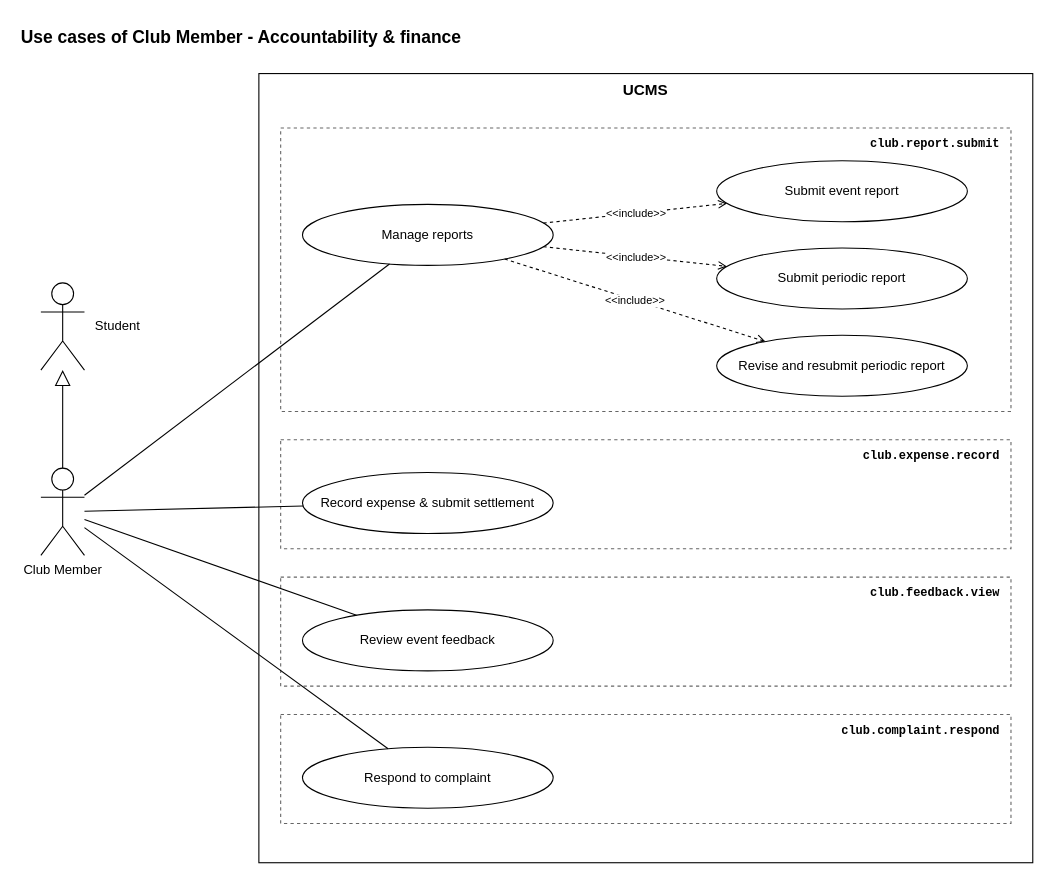
nvdekay/ClubManagementSystem keeps this draw.io diagram as page "Club Leader - Accountability & finance" (7 of 10) of docs/03-diagrams/UCMS_UseCase_ByActor.drawio. Above is the earlier version. Source tidied: cells renumbered, new cells numbered last; positions are measured from the earlier drawing's top-left corner, leaving out a move shared by most shapes. Both pictures are drawn from the tidied source at 109%, with x=0, y=0 at pixel (19, 19).
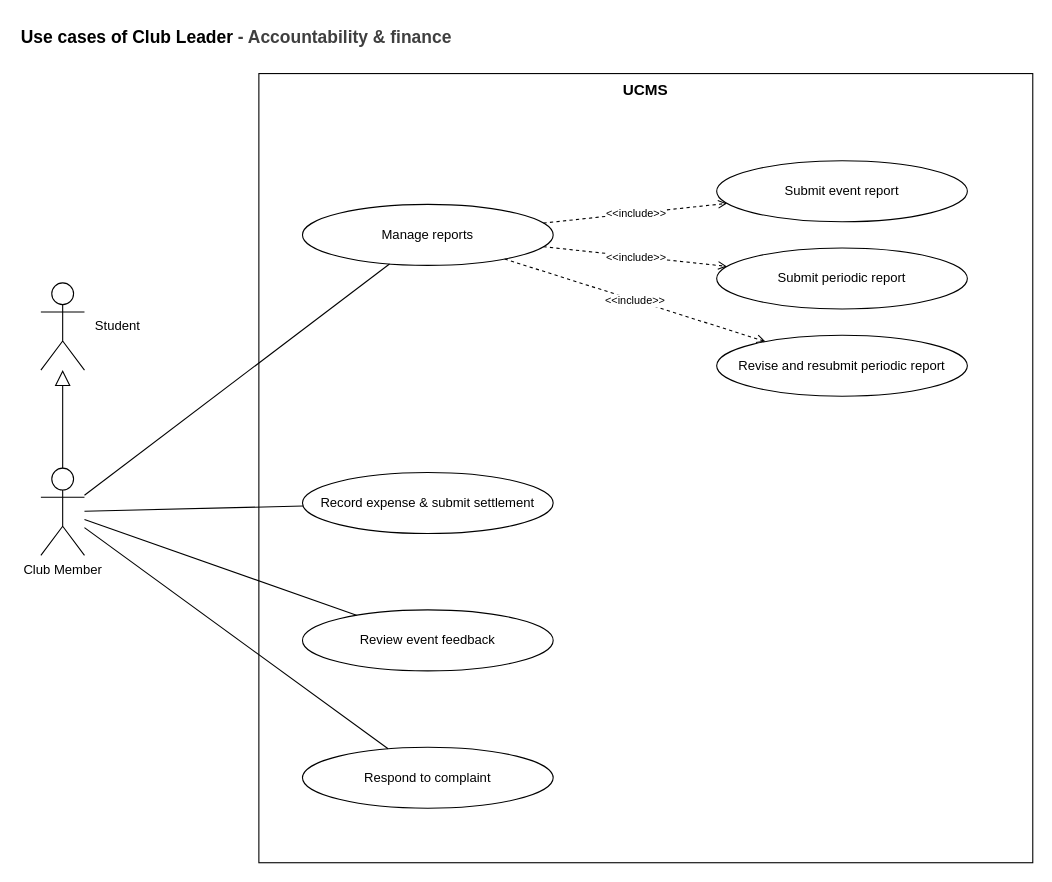
After the change.

Diff of the diagram source:
```diff
@@
-    <mxCell id="2" value="Use cases of Club Member - Accountability &amp; finance" style="text;html=1;fontStyle=1;fontSize=16;align=left;" parent="1" vertex="1">
+    <mxCell id="2" value="Use cases of Club Leader&amp;nbsp;&lt;span style=&quot;color: rgb(63, 63, 63); background-color: transparent;&quot;&gt;- Accountability &amp;amp; finance&lt;/span&gt;" style="text;html=1;fontStyle=1;fontSize=16;align=left;" parent="1" vertex="1">
       <mxGeometry width="900" height="30" as="geometry" />
     </mxCell>
@@
-    <mxCell id="7" value="club.report.submit" style="rounded=0;whiteSpace=wrap;html=1;fillColor=none;strokeColor=#666666;dashed=1;verticalAlign=top;align=right;spacingRight=8;spacingTop=2;fontSize=11;fontFamily=Courier New;fontStyle=1;" parent="1" vertex="1">
-      <mxGeometry x="240" y="100" width="670" height="260" as="geometry" />
-    </mxCell>
-    <mxCell id="8" value="club.expense.record" style="rounded=0;whiteSpace=wrap;html=1;fillColor=none;strokeColor=#666666;dashed=1;verticalAlign=top;align=right;spacingRight=8;spacingTop=2;fontSize=11;fontFamily=Courier New;fontStyle=1;" parent="1" vertex="1">
-      <mxGeometry x="240" y="386" width="670" height="100" as="geometry" />
-    </mxCell>
-    <mxCell id="9" value="club.feedback.view" style="rounded=0;whiteSpace=wrap;html=1;fillColor=none;strokeColor=#666666;dashed=1;verticalAlign=top;align=right;spacingRight=8;spacingTop=2;fontSize=11;fontFamily=Courier New;fontStyle=1;" parent="1" vertex="1">
-      <mxGeometry x="240" y="512" width="670" height="100" as="geometry" />
-    </mxCell>
-    <mxCell id="10" value="club.complaint.respond" style="rounded=0;whiteSpace=wrap;html=1;fillColor=none;strokeColor=#666666;dashed=1;verticalAlign=top;align=right;spacingRight=8;spacingTop=2;fontSize=11;fontFamily=Courier New;fontStyle=1;" parent="1" vertex="1">
-      <mxGeometry x="240" y="638" width="670" height="100" as="geometry" />
-    </mxCell>
```
